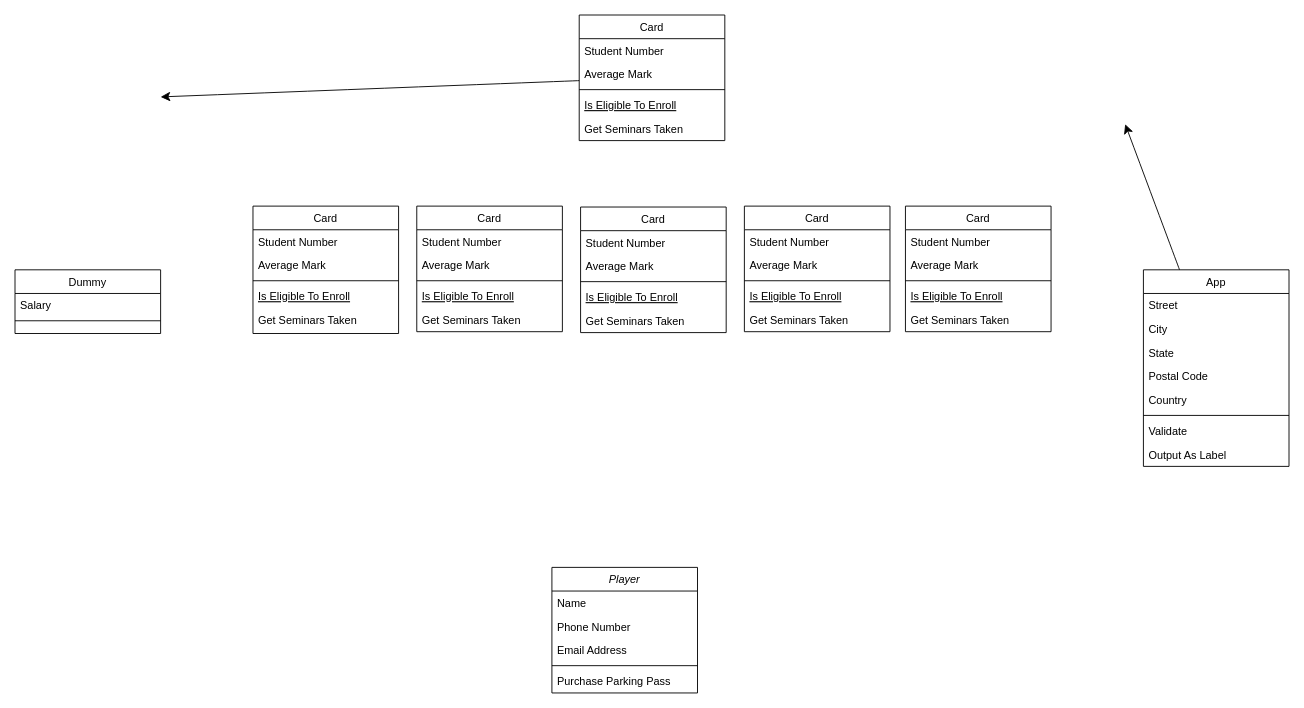
This is 언락2 클래스 다이어그램.drawio from tlMark/files, a draw.io file, before an edit. Source tidied: cells renumbered, new cells numbered last; positions are measured from the earlier drawing's top-left corner, leaving out a move shared by most shapes. Both pictures are drawn from the tidied source at 91%, with x=0, y=0 at pixel (15, 15).
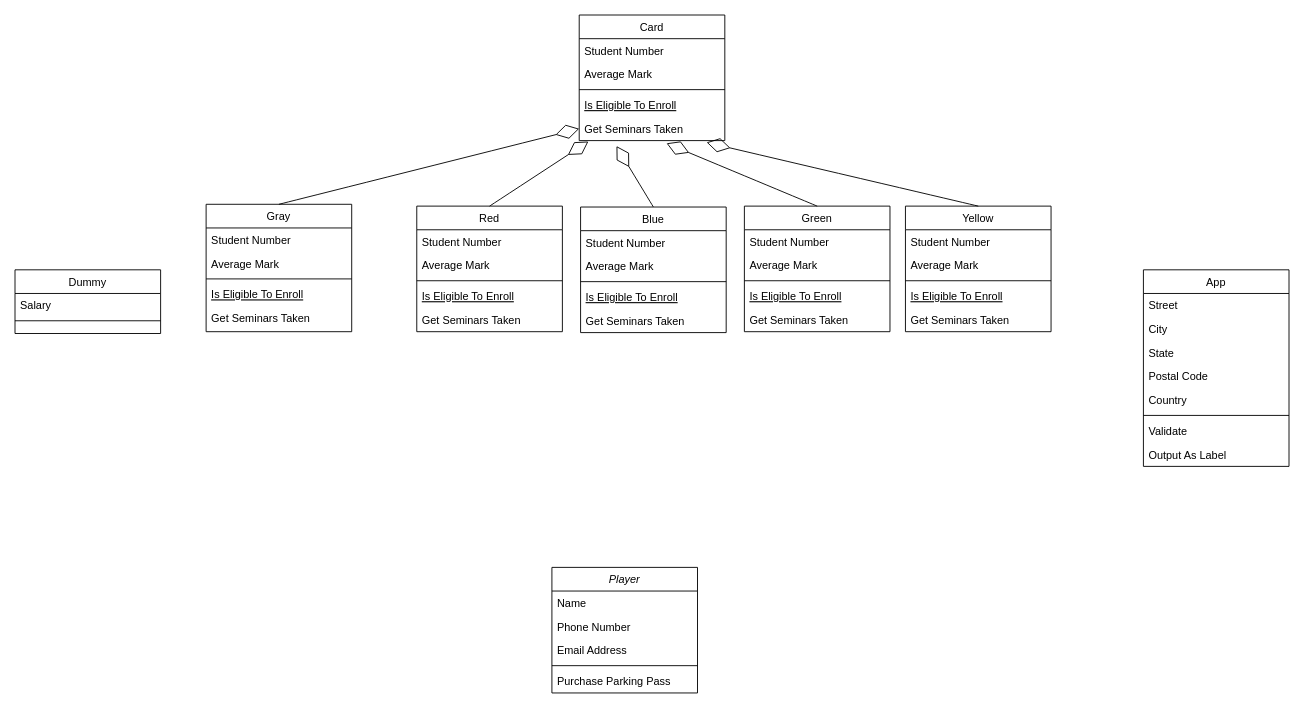
After the change.

Commit message (it also covers changes not shown here):
언락2 클래스 다이어그램.drawio 업데이트

The change refers to these unchanged cells:
```xml
<mxCell id="9" value="Card" style="swimlane;fontStyle=0;align=center;verticalAlign=top;horizontal=1;startSize=26;rounded=0;shadow=0;strokeWidth=1;" parent="1" vertex="1">
  <mxGeometry x="620" width="160" height="138" as="geometry" />
</mxCell>
<mxCell id="14" value="Get Seminars Taken" style="text;align=left;verticalAlign=top;spacingLeft=4;spacingRight=4;overflow=hidden;points=[[0,0.5],[1,0.5]];portConstraint=eastwest;" parent="9" vertex="1">
  <mxGeometry y="112" width="160" height="26" as="geometry" />
</mxCell>
<mxCell id="18" value="App" style="swimlane;fontStyle=0;align=center;verticalAlign=top;horizontal=1;startSize=26;rounded=0;shadow=0;strokeWidth=1;" parent="1" vertex="1">
  <mxGeometry x="1240" y="280" width="160" height="216" as="geometry" />
</mxCell>
```

Change to the diagram source:
```diff
@@
-    <mxCell id="8" style="edgeStyle=none;curved=1;rounded=0;jettySize=auto;html=1;fontSize=12;startSize=8;endSize=8;" parent="1" edge="1" source="9">
-      <mxGeometry relative="1" as="geometry">
-        <mxPoint x="160" y="90" as="targetPoint" />
-      </mxGeometry>
-    </mxCell>
@@
-    <mxCell id="27" value="Card" style="swimlane;fontStyle=0;align=center;verticalAlign=top;horizontal=1;startSize=26;rounded=0;shadow=0;strokeWidth=1;" parent="1" vertex="1">
-      <mxGeometry x="261.5" y="210" width="160" height="140" as="geometry" />
+    <mxCell id="27" value="Gray" style="swimlane;fontStyle=0;align=center;verticalAlign=top;horizontal=1;startSize=26;rounded=0;shadow=0;strokeWidth=1;" parent="1" vertex="1">
+      <mxGeometry x="210" y="208" width="160" height="140" as="geometry" />
     </mxCell>
@@
-    <mxCell id="33" value="Card" style="swimlane;fontStyle=0;align=center;verticalAlign=top;horizontal=1;startSize=26;rounded=0;shadow=0;strokeWidth=1;" parent="1" vertex="1">
+    <mxCell id="33" value="Red" style="swimlane;fontStyle=0;align=center;verticalAlign=top;horizontal=1;startSize=26;rounded=0;shadow=0;strokeWidth=1;" parent="1" vertex="1">
       <mxGeometry x="441.5" y="210" width="160" height="138" as="geometry" />
     </mxCell>
@@
-    <mxCell id="39" value="Card" style="swimlane;fontStyle=0;align=center;verticalAlign=top;horizontal=1;startSize=26;rounded=0;shadow=0;strokeWidth=1;" parent="1" vertex="1">
+    <mxCell id="39" value="Yellow" style="swimlane;fontStyle=0;align=center;verticalAlign=top;horizontal=1;startSize=26;rounded=0;shadow=0;strokeWidth=1;" parent="1" vertex="1">
       <mxGeometry x="978.5" y="210" width="160" height="138" as="geometry" />
     </mxCell>
@@
-    <mxCell id="45" style="edgeStyle=none;curved=1;rounded=0;jettySize=auto;html=1;fontSize=12;startSize=8;endSize=8;" parent="1" edge="1" source="18">
-      <mxGeometry relative="1" as="geometry">
-        <mxPoint x="1220" y="120" as="targetPoint" />
-      </mxGeometry>
-    </mxCell>
-    <mxCell id="46" value="Card" style="swimlane;fontStyle=0;align=center;verticalAlign=top;horizontal=1;startSize=26;rounded=0;shadow=0;strokeWidth=1;" parent="1" vertex="1">
+    <mxCell id="46" value="Green" style="swimlane;fontStyle=0;align=center;verticalAlign=top;horizontal=1;startSize=26;rounded=0;shadow=0;strokeWidth=1;" parent="1" vertex="1">
       <mxGeometry x="801.5" y="210" width="160" height="138" as="geometry" />
     </mxCell>
@@
-    <mxCell id="52" value="Card" style="swimlane;fontStyle=0;align=center;verticalAlign=top;horizontal=1;startSize=26;rounded=0;shadow=0;strokeWidth=1;" parent="1" vertex="1">
+    <mxCell id="52" value="Blue" style="swimlane;fontStyle=0;align=center;verticalAlign=top;horizontal=1;startSize=26;rounded=0;shadow=0;strokeWidth=1;" parent="1" vertex="1">
       <mxGeometry x="621.5" y="211" width="160" height="138" as="geometry" />
     </mxCell>
@@
+    <mxCell id="58" style="endArrow=diamondThin;endFill=0;endSize=24;html=1;rounded=0;fontSize=12;curved=1;exitX=0.5;exitY=0;exitDx=0;exitDy=0;entryX=0.063;entryY=1.038;entryDx=0;entryDy=0;entryPerimeter=0;" parent="1" edge="1" source="33" target="14">
+      <mxGeometry relative="1" as="geometry" />
+    </mxCell>
+    <mxCell id="59" style="endArrow=diamondThin;endFill=0;endSize=24;html=1;rounded=0;fontSize=12;curved=1;exitX=0.5;exitY=0;exitDx=0;exitDy=0;entryX=0.256;entryY=1.231;entryDx=0;entryDy=0;entryPerimeter=0;" parent="1" edge="1" source="52" target="14">
+      <mxGeometry relative="1" as="geometry" />
+    </mxCell>
+    <mxCell id="60" style="endArrow=diamondThin;endFill=0;endSize=24;html=1;rounded=0;fontSize=12;curved=1;exitX=0.5;exitY=0;exitDx=0;exitDy=0;entryX=0.6;entryY=1.115;entryDx=0;entryDy=0;entryPerimeter=0;" parent="1" edge="1" source="46" target="14">
+      <mxGeometry relative="1" as="geometry" />
+    </mxCell>
+    <mxCell id="61" style="endArrow=diamondThin;endFill=0;endSize=24;html=1;rounded=0;fontSize=12;curved=1;exitX=0.5;exitY=0;exitDx=0;exitDy=0;" parent="1" edge="1" source="39">
+      <mxGeometry relative="1" as="geometry">
+        <mxPoint x="760" y="140" as="targetPoint" />
+      </mxGeometry>
+    </mxCell>
+    <mxCell id="62" style="endArrow=diamondThin;endFill=0;endSize=24;html=1;rounded=0;fontSize=12;curved=1;exitX=0.5;exitY=0;exitDx=0;exitDy=0;entryX=0;entryY=0.5;entryDx=0;entryDy=0;" parent="1" edge="1" source="27" target="14">
+      <mxGeometry relative="1" as="geometry" />
+    </mxCell>
```
